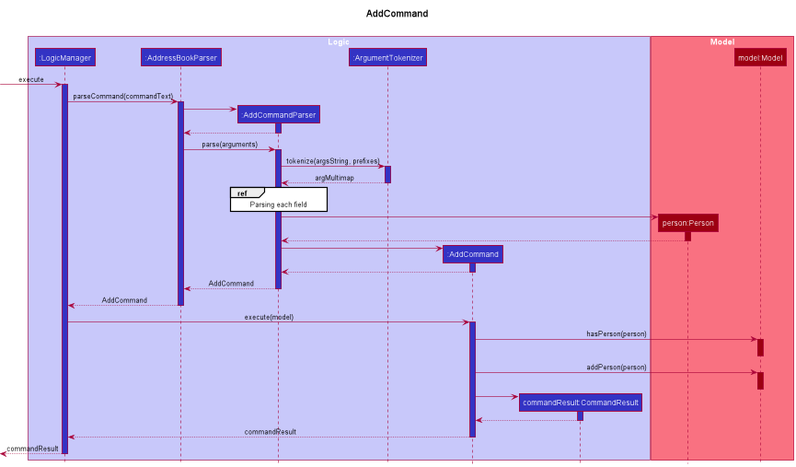
The PlantUML diagram docs/images/AddCommandSequenceDiagram-1.png in nus-cs2103-AY2122S2/tp, before a commit.
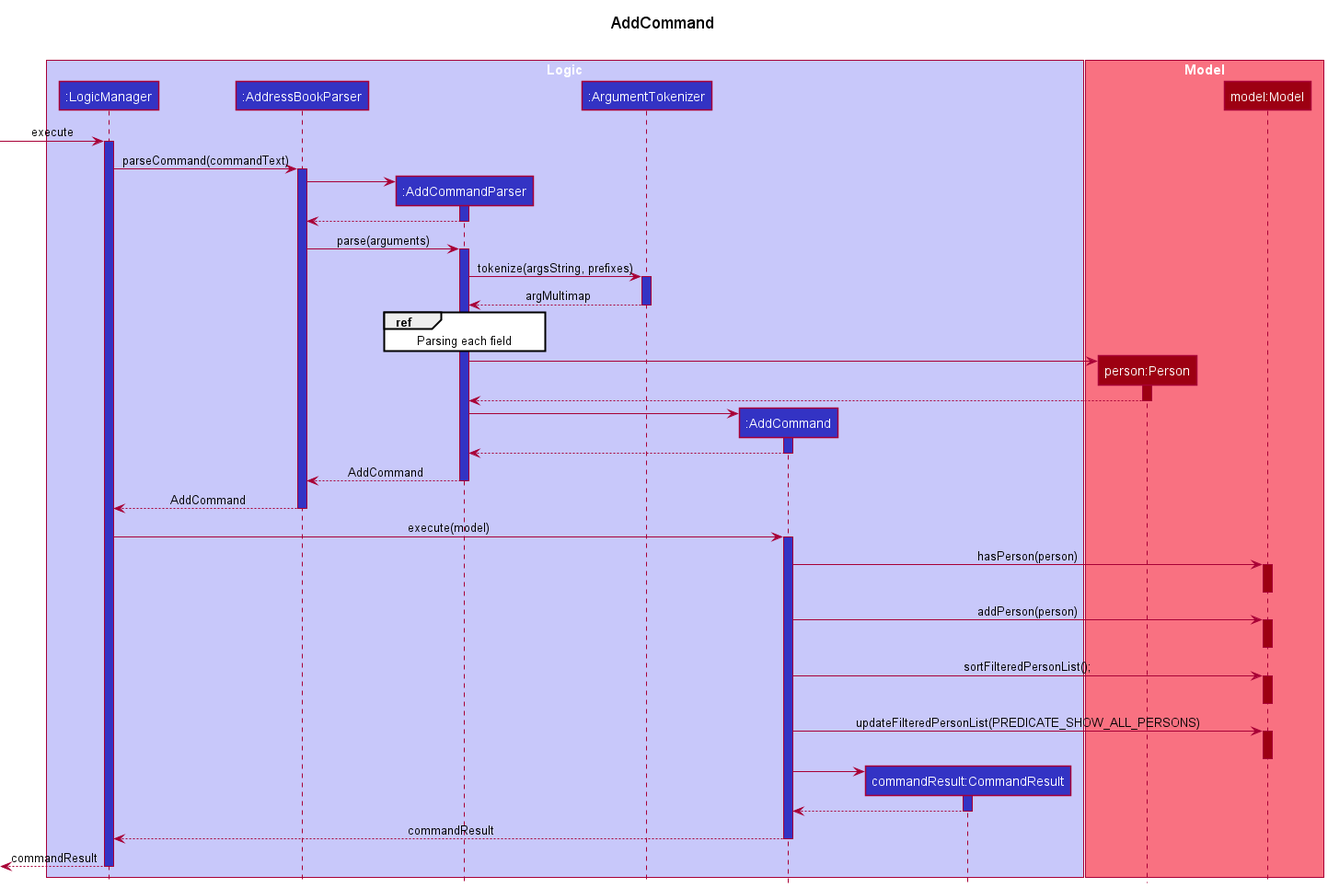
Above is the later version.

Commit message:
Add sort feature after each add command

Change to the diagram source:
```diff
@@ -57,6 +57,10 @@
 deactivate Model
 AddCommand -> Model ++ MODEL_COLOR: addPerson(person)
 deactivate Model
+AddCommand -> Model ++ MODEL_COLOR: sortFilteredPersonList();
+deactivate Model
+AddCommand -> Model ++ MODEL_COLOR: updateFilteredPersonList(PREDICATE_SHOW_ALL_PERSONS)
+deactivate Model
 
 create CommandResult
 AddCommand -> CommandResult
```
